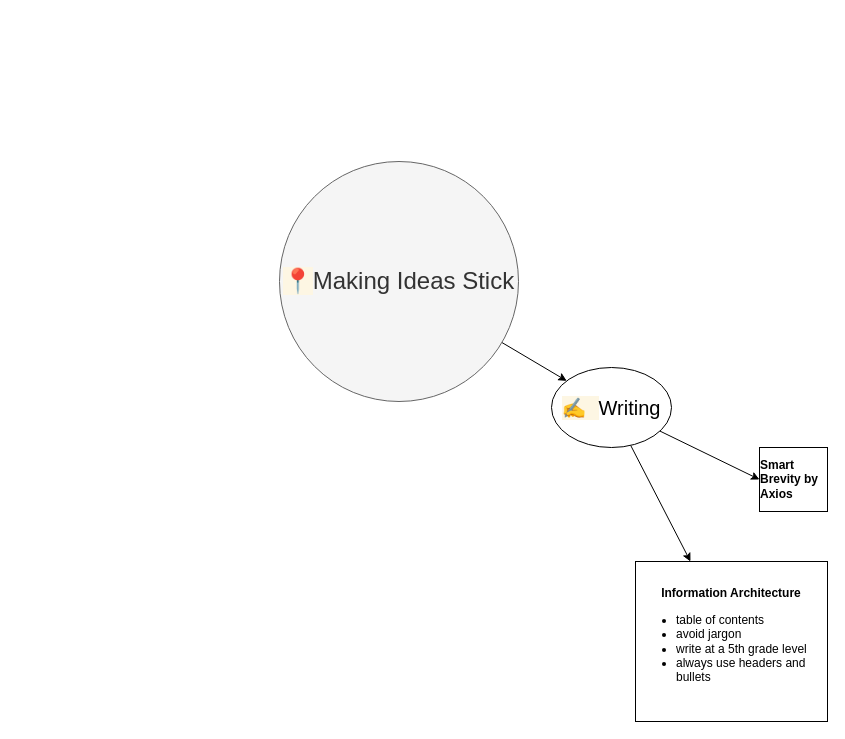
This is page "mindmap" (1 of 2) of essential-tools/mindmap.drawio from brienjl/presentations-and-talks, a draw.io file, before an edit. Source tidied: cells renumbered, new cells numbered last; positions are measured from the earlier drawing's top-left corner, leaving out a move shared by most shapes. Both pictures are drawn from the tidied source at 100%, with x=0, y=0 at pixel (279, 161).
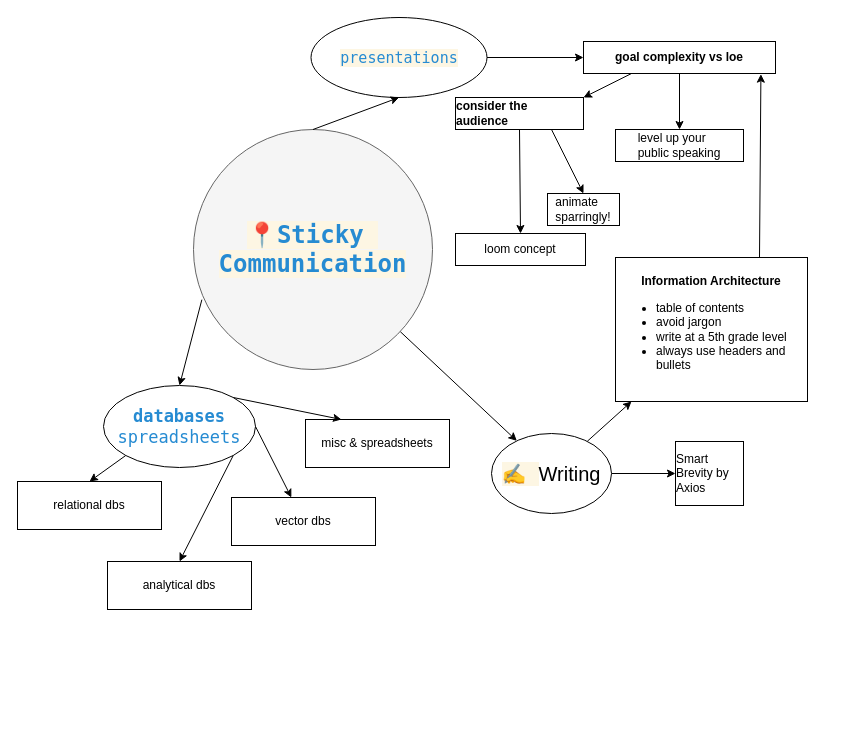
The same page after the edit.

Change to the diagram source:
```diff
@@
-    <mxCell id="3" value="&lt;font style=&quot;font-size: 24px;&quot;&gt;&lt;span style=&quot;color: rgb(38, 139, 210); font-weight: bold; background-color: rgb(253, 246, 227); font-family: Menlo, Monaco, &amp;quot;Courier New&amp;quot;, monospace; white-space: pre;&quot;&gt;📍&lt;/span&gt;Making Ideas Stick&lt;/font&gt;" style="ellipse;whiteSpace=wrap;html=1;fillColor=#f5f5f5;fontColor=#333333;strokeColor=#666666;" parent="1" vertex="1">
-      <mxGeometry width="239" height="240" as="geometry" />
+    <mxCell id="3" value="&lt;font style=&quot;font-size: 24px;&quot;&gt;&lt;span style=&quot;color: rgb(38, 139, 210); font-weight: bold; background-color: rgb(253, 246, 227); font-family: Menlo, Monaco, &amp;quot;Courier New&amp;quot;, monospace; white-space: pre;&quot;&gt;📍Sticky &lt;br/&gt;Communication&lt;/span&gt;&lt;/font&gt;" style="ellipse;whiteSpace=wrap;html=1;fillColor=#f5f5f5;fontColor=#333333;strokeColor=#666666;" parent="1" vertex="1">
+      <mxGeometry x="-86" y="-32" width="239" height="240" as="geometry" />
     </mxCell>
@@
     <mxCell id="6" value="&lt;font style=&quot;font-size: 20px;&quot;&gt;&lt;span style=&quot;color: rgb(38, 139, 210); font-weight: bold; background-color: rgb(253, 246, 227); font-family: Menlo, Monaco, &amp;quot;Courier New&amp;quot;, monospace; white-space: pre;&quot;&gt;✍️ &lt;/span&gt;Writing&lt;/font&gt;" style="ellipse;whiteSpace=wrap;html=1;" parent="1" vertex="1">
-      <mxGeometry x="272" y="206" width="120" height="80" as="geometry" />
+      <mxGeometry x="212" y="272" width="120" height="80" as="geometry" />
     </mxCell>
     <mxCell id="7" value="&lt;b&gt;Information Architecture&lt;/b&gt;&lt;div style=&quot;text-align: left;&quot;&gt;&lt;ul&gt;&lt;li&gt;table of contents&lt;/li&gt;&lt;li&gt;avoid jargon&lt;/li&gt;&lt;li&gt;write at a 5th grade level&lt;/li&gt;&lt;li&gt;always use headers and bullets&lt;/li&gt;&lt;/ul&gt;&lt;/div&gt;" style="rounded=0;whiteSpace=wrap;html=1;align=center;" parent="1" vertex="1">
-      <mxGeometry x="356" y="400" width="192" height="160" as="geometry" />
+      <mxGeometry x="336" y="96" width="192" height="144" as="geometry" />
     </mxCell>
-    <mxCell id="8" value="&lt;div style=&quot;text-align: left;&quot;&gt;&lt;div&gt;&lt;b&gt;Smart Brevity by Axios&lt;/b&gt;&lt;/div&gt;&lt;/div&gt;" style="rounded=0;whiteSpace=wrap;html=1;align=center;" parent="1" vertex="1">
-      <mxGeometry x="480" y="286" width="68" height="64" as="geometry" />
+    <mxCell id="8" value="&lt;div style=&quot;text-align: left;&quot;&gt;&lt;div&gt;Smart Brevity by Axios&lt;/div&gt;&lt;/div&gt;" style="rounded=0;whiteSpace=wrap;html=1;align=center;" parent="1" vertex="1">
+      <mxGeometry x="396" y="280" width="68" height="64" as="geometry" />
     </mxCell>
+    <mxCell id="9" value="&lt;font style=&quot;font-size: 17px;&quot; face=&quot;Menlo, Monaco, Courier New, monospace&quot; color=&quot;#268bd2&quot;&gt;&lt;span style=&quot;white-space: pre;&quot;&gt;&lt;b&gt;databases&lt;br&gt;&lt;/b&gt;spreadsheets&lt;/span&gt;&lt;/font&gt;" style="ellipse;whiteSpace=wrap;html=1;" parent="1" vertex="1">
+      <mxGeometry x="-176" y="224" width="152" height="82" as="geometry" />
+    </mxCell>
+    <mxCell id="10" value="relational dbs" style="rounded=0;whiteSpace=wrap;html=1;align=center;" parent="1" vertex="1">
+      <mxGeometry x="-262" y="320" width="144" height="48" as="geometry" />
+    </mxCell>
+    <mxCell id="11" value="analytical dbs" style="rounded=0;whiteSpace=wrap;html=1;align=center;" parent="1" vertex="1">
+      <mxGeometry x="-172" y="400" width="144" height="48" as="geometry" />
+    </mxCell>
+    <mxCell id="12" style="endArrow=classic;html=1;exitX=0.035;exitY=0.709;exitDx=0;exitDy=0;exitPerimeter=0;entryX=0.5;entryY=0;entryDx=0;entryDy=0;" parent="1" edge="1" source="3" target="9">
+      <mxGeometry relative="1" as="geometry" />
+    </mxCell>
+    <mxCell id="13" style="endArrow=classic;html=1;exitX=0;exitY=1;exitDx=0;exitDy=0;entryX=0.5;entryY=0;entryDx=0;entryDy=0;" parent="1" edge="1" source="9" target="10">
+      <mxGeometry relative="1" as="geometry" />
+    </mxCell>
+    <mxCell id="14" style="endArrow=classic;html=1;exitX=1;exitY=1;exitDx=0;exitDy=0;entryX=0.5;entryY=0;entryDx=0;entryDy=0;" parent="1" edge="1" source="9" target="11">
+      <mxGeometry relative="1" as="geometry" />
+    </mxCell>
+    <mxCell id="15" value="vector dbs" style="rounded=0;whiteSpace=wrap;html=1;align=center;" parent="1" vertex="1">
+      <mxGeometry x="-48" y="336" width="144" height="48" as="geometry" />
+    </mxCell>
+    <mxCell id="16" value="misc &amp;amp; spreadsheets" style="rounded=0;whiteSpace=wrap;html=1;align=center;" parent="1" vertex="1">
+      <mxGeometry x="26" y="258" width="144" height="48" as="geometry" />
+    </mxCell>
+    <mxCell id="17" style="endArrow=classic;html=1;exitX=1;exitY=0.5;exitDx=0;exitDy=0;" parent="1" edge="1" source="9" target="15">
+      <mxGeometry relative="1" as="geometry" />
+    </mxCell>
+    <mxCell id="18" style="endArrow=classic;html=1;exitX=1;exitY=0;exitDx=0;exitDy=0;entryX=0.25;entryY=0;entryDx=0;entryDy=0;" parent="1" edge="1" source="9" target="16">
+      <mxGeometry relative="1" as="geometry" />
+    </mxCell>
+    <mxCell id="19" value="&lt;font style=&quot;font-size: 15px;&quot; face=&quot;Menlo, Monaco, Courier New, monospace&quot; color=&quot;#268bd2&quot;&gt;&lt;span style=&quot;white-space: pre; background-color: rgb(253, 246, 227);&quot;&gt;presentations&lt;/span&gt;&lt;/font&gt;" style="ellipse;whiteSpace=wrap;html=1;" parent="1" vertex="1">
+      <mxGeometry x="31.5" y="-144" width="176" height="80" as="geometry" />
+    </mxCell>
+    <mxCell id="20" value="&lt;div style=&quot;text-align: left;&quot;&gt;&lt;b style=&quot;background-color: transparent;&quot;&gt;goal complexity vs loe&lt;/b&gt;&lt;/div&gt;" style="rounded=0;whiteSpace=wrap;html=1;align=center;" parent="1" vertex="1">
+      <mxGeometry x="304" y="-120" width="192" height="32" as="geometry" />
+    </mxCell>
+    <mxCell id="21" style="endArrow=classic;html=1;exitX=0.5;exitY=0;exitDx=0;exitDy=0;entryX=0.5;entryY=1;entryDx=0;entryDy=0;" parent="1" edge="1" source="3" target="19">
+      <mxGeometry relative="1" as="geometry" />
+    </mxCell>
+    <mxCell id="22" style="endArrow=classic;html=1;exitX=1;exitY=0.5;exitDx=0;exitDy=0;entryX=0;entryY=0.5;entryDx=0;entryDy=0;" parent="1" edge="1" source="19" target="20">
+      <mxGeometry relative="1" as="geometry" />
+    </mxCell>
+    <mxCell id="23" value="&lt;div style=&quot;text-align: left;&quot;&gt;&lt;span style=&quot;background-color: transparent;&quot;&gt;&lt;b&gt;consider the audience&lt;/b&gt;&lt;/span&gt;&lt;/div&gt;" style="rounded=0;whiteSpace=wrap;html=1;align=center;" parent="1" vertex="1">
+      <mxGeometry x="176" y="-64" width="128" height="32" as="geometry" />
+    </mxCell>
+    <mxCell id="24" style="endArrow=classic;html=1;exitX=0.25;exitY=1;exitDx=0;exitDy=0;entryX=1;entryY=0;entryDx=0;entryDy=0;" parent="1" edge="1" source="20" target="23">
+      <mxGeometry relative="1" as="geometry" />
+    </mxCell>
+    <mxCell id="25" value="&lt;div style=&quot;text-align: left;&quot;&gt;&lt;span style=&quot;background-color: transparent;&quot;&gt;loom concept&lt;/span&gt;&lt;/div&gt;" style="rounded=0;whiteSpace=wrap;html=1;align=center;" parent="1" vertex="1">
+      <mxGeometry x="176" y="72" width="130" height="32" as="geometry" />
+    </mxCell>
+    <mxCell id="26" style="endArrow=classic;html=1;exitX=0.5;exitY=1;exitDx=0;exitDy=0;entryX=0.5;entryY=0;entryDx=0;entryDy=0;" parent="1" edge="1" source="23" target="25">
+      <mxGeometry relative="1" as="geometry" />
+    </mxCell>
+    <mxCell id="27" style="endArrow=classic;html=1;exitX=0.75;exitY=0;exitDx=0;exitDy=0;entryX=0.924;entryY=1.021;entryDx=0;entryDy=0;entryPerimeter=0;" parent="1" edge="1" source="7" target="20">
+      <mxGeometry relative="1" as="geometry" />
+    </mxCell>
+    <mxCell id="28" value="&lt;div style=&quot;text-align: left;&quot;&gt;&lt;span style=&quot;background-color: transparent;&quot;&gt;animate&lt;br&gt;sparringly!&lt;/span&gt;&lt;/div&gt;" style="rounded=0;whiteSpace=wrap;html=1;align=center;" parent="1" vertex="1">
+      <mxGeometry x="268" y="32" width="72" height="32" as="geometry" />
+    </mxCell>
+    <mxCell id="29" style="endArrow=classic;html=1;exitX=0.75;exitY=1;exitDx=0;exitDy=0;entryX=0.5;entryY=0;entryDx=0;entryDy=0;" parent="1" edge="1" source="23" target="28">
+      <mxGeometry relative="1" as="geometry" />
+    </mxCell>
+    <mxCell id="30" value="&lt;div style=&quot;text-align: left;&quot;&gt;&lt;span style=&quot;background-color: transparent;&quot;&gt;level up your&lt;br&gt;public speaking&lt;/span&gt;&lt;/div&gt;" style="rounded=0;whiteSpace=wrap;html=1;align=center;" parent="1" vertex="1">
+      <mxGeometry x="336" y="-32" width="128" height="32" as="geometry" />
+    </mxCell>
+    <mxCell id="31" style="endArrow=classic;html=1;exitX=0.5;exitY=1;exitDx=0;exitDy=0;entryX=0.5;entryY=0;entryDx=0;entryDy=0;" parent="1" edge="1" source="20" target="30">
+      <mxGeometry relative="1" as="geometry" />
+    </mxCell>
```
